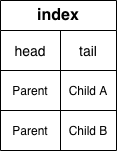
This is docs/db_schema_index.png from gracoes/pipedrive-challenge, a draw.io export, as it was before one commit. Source tidied: cells renumbered, new cells last; positions are measured from the earlier drawing's top-left corner, leaving out a move shared by most shapes.
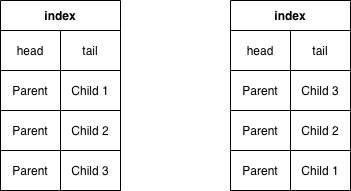
After the change.

Change to the diagram source:
```diff
@@ -2,35 +2,83 @@
   <root>
     <mxCell id="0" />
     <mxCell id="1" parent="0" />
-    <mxCell id="2" value="&lt;font style=&quot;font-size: 16px&quot;&gt;index&lt;/font&gt;" style="shape=table;html=1;whiteSpace=wrap;startSize=30;fontStyle=1;align=center;fontSize=15;" parent="1" vertex="1">
-      <mxGeometry width="116" height="150" as="geometry" />
-    </mxCell>
-    <mxCell id="3" style="shape=partialRectangle;html=1;whiteSpace=wrap;fillColor=none;top=0;left=0;bottom=0;right=0;" parent="2" vertex="1">
-      <mxGeometry y="30" width="116" height="40" as="geometry" />
-    </mxCell>
-    <mxCell id="4" value="&lt;font style=&quot;font-size: 14px&quot;&gt;head&lt;/font&gt;" style="shape=partialRectangle;html=1;whiteSpace=wrap;fillColor=none;top=0;left=0;bottom=0;right=0;overflow=hidden;" parent="3" vertex="1">
-      <mxGeometry width="60" height="40" as="geometry" />
-    </mxCell>
-    <mxCell id="5" value="&lt;font style=&quot;font-size: 14px&quot;&gt;tail&lt;/font&gt;" style="shape=partialRectangle;html=1;whiteSpace=wrap;fillColor=none;top=0;left=0;bottom=0;right=0;overflow=hidden;" parent="3" vertex="1">
-      <mxGeometry x="60" width="56" height="40" as="geometry" />
-    </mxCell>
-    <mxCell id="6" style="shape=partialRectangle;html=1;whiteSpace=wrap;fillColor=none;top=0;left=0;bottom=0;right=0;" parent="2" vertex="1">
-      <mxGeometry y="70" width="116" height="40" as="geometry" />
-    </mxCell>
-    <mxCell id="7" value="Parent" style="shape=partialRectangle;html=1;whiteSpace=wrap;fillColor=none;top=0;left=0;bottom=0;right=0;overflow=hidden;" parent="6" vertex="1">
-      <mxGeometry width="60" height="40" as="geometry" />
-    </mxCell>
-    <mxCell id="8" value="Child A" style="shape=partialRectangle;html=1;whiteSpace=wrap;fillColor=none;top=0;left=0;bottom=0;right=0;overflow=hidden;" parent="6" vertex="1">
-      <mxGeometry x="60" width="56" height="40" as="geometry" />
-    </mxCell>
-    <mxCell id="9" style="shape=partialRectangle;html=1;whiteSpace=wrap;fillColor=none;top=0;left=0;bottom=0;right=0;" parent="2" vertex="1">
-      <mxGeometry y="110" width="116" height="40" as="geometry" />
-    </mxCell>
-    <mxCell id="10" value="Parent" style="shape=partialRectangle;html=1;whiteSpace=wrap;fillColor=none;top=0;left=0;bottom=0;right=0;overflow=hidden;" parent="9" vertex="1">
-      <mxGeometry width="60" height="40" as="geometry" />
-    </mxCell>
-    <mxCell id="11" value="Child B" style="shape=partialRectangle;html=1;whiteSpace=wrap;fillColor=none;top=0;left=0;bottom=0;right=0;overflow=hidden;" parent="9" vertex="1">
-      <mxGeometry x="60" width="56" height="40" as="geometry" />
-    </mxCell>
+    <mxCell id="12" value="index" style="shape=table;html=1;whiteSpace=wrap;startSize=30;fontStyle=1;align=center;" parent="1" vertex="1">
+      <mxGeometry x="-38" y="-100" width="120" height="190" as="geometry" />
+    </mxCell>
+    <mxCell id="13" style="shape=partialRectangle;html=1;whiteSpace=wrap;fillColor=none;top=0;left=0;bottom=0;right=0;" parent="12" vertex="1">
+      <mxGeometry y="30" width="120" height="40" as="geometry" />
+    </mxCell>
+    <mxCell id="14" value="head" style="shape=partialRectangle;html=1;whiteSpace=wrap;fillColor=none;top=0;left=0;bottom=0;right=0;overflow=hidden;" parent="13" vertex="1">
+      <mxGeometry width="60" height="40" as="geometry" />
+    </mxCell>
+    <mxCell id="15" value="tail" style="shape=partialRectangle;html=1;whiteSpace=wrap;fillColor=none;top=0;left=0;bottom=0;right=0;overflow=hidden;" parent="13" vertex="1">
+      <mxGeometry x="60" width="60" height="40" as="geometry" />
+    </mxCell>
+    <mxCell id="16" style="shape=partialRectangle;html=1;whiteSpace=wrap;fillColor=none;top=0;left=0;bottom=0;right=0;" parent="12" vertex="1">
+      <mxGeometry y="70" width="120" height="40" as="geometry" />
+    </mxCell>
+    <mxCell id="17" value="Parent" style="shape=partialRectangle;html=1;whiteSpace=wrap;fillColor=none;top=0;left=0;bottom=0;right=0;overflow=hidden;" parent="16" vertex="1">
+      <mxGeometry width="60" height="40" as="geometry" />
+    </mxCell>
+    <mxCell id="18" value="Child 1" style="shape=partialRectangle;html=1;whiteSpace=wrap;fillColor=none;top=0;left=0;bottom=0;right=0;overflow=hidden;" parent="16" vertex="1">
+      <mxGeometry x="60" width="60" height="40" as="geometry" />
+    </mxCell>
+    <mxCell id="19" style="shape=partialRectangle;html=1;whiteSpace=wrap;fillColor=none;top=0;left=0;bottom=0;right=0;" parent="12" vertex="1">
+      <mxGeometry y="110" width="120" height="40" as="geometry" />
+    </mxCell>
+    <mxCell id="20" value="Parent" style="shape=partialRectangle;html=1;whiteSpace=wrap;fillColor=none;top=0;left=0;bottom=0;right=0;overflow=hidden;" parent="19" vertex="1">
+      <mxGeometry width="60" height="40" as="geometry" />
+    </mxCell>
+    <mxCell id="21" value="Child 2" style="shape=partialRectangle;html=1;whiteSpace=wrap;fillColor=none;top=0;left=0;bottom=0;right=0;overflow=hidden;" parent="19" vertex="1">
+      <mxGeometry x="60" width="60" height="40" as="geometry" />
+    </mxCell>
+    <mxCell id="22" style="shape=partialRectangle;html=1;whiteSpace=wrap;fillColor=none;top=0;left=0;bottom=0;right=0;" parent="12" vertex="1">
+      <mxGeometry y="150" width="120" height="40" as="geometry" />
+    </mxCell>
+    <mxCell id="23" value="Parent" style="shape=partialRectangle;html=1;whiteSpace=wrap;fillColor=none;top=0;left=0;bottom=0;right=0;overflow=hidden;" parent="22" vertex="1">
+      <mxGeometry width="60" height="40" as="geometry" />
+    </mxCell>
+    <mxCell id="24" value="Child 3" style="shape=partialRectangle;html=1;whiteSpace=wrap;fillColor=none;top=0;left=0;bottom=0;right=0;overflow=hidden;" parent="22" vertex="1">
+      <mxGeometry x="60" width="60" height="40" as="geometry" />
+    </mxCell>
+    <mxCell id="25" value="index" style="shape=table;html=1;whiteSpace=wrap;startSize=30;fontStyle=1;align=center;" parent="1" vertex="1">
+      <mxGeometry x="192" y="-100" width="120" height="190" as="geometry" />
+    </mxCell>
+    <mxCell id="26" style="shape=partialRectangle;html=1;whiteSpace=wrap;fillColor=none;top=0;left=0;bottom=0;right=0;" parent="25" vertex="1">
+      <mxGeometry y="30" width="120" height="40" as="geometry" />
+    </mxCell>
+    <mxCell id="27" value="head" style="shape=partialRectangle;html=1;whiteSpace=wrap;fillColor=none;top=0;left=0;bottom=0;right=0;overflow=hidden;" parent="26" vertex="1">
+      <mxGeometry width="60" height="40" as="geometry" />
+    </mxCell>
+    <mxCell id="28" value="tail" style="shape=partialRectangle;html=1;whiteSpace=wrap;fillColor=none;top=0;left=0;bottom=0;right=0;overflow=hidden;" parent="26" vertex="1">
+      <mxGeometry x="60" width="60" height="40" as="geometry" />
+    </mxCell>
+    <mxCell id="29" style="shape=partialRectangle;html=1;whiteSpace=wrap;fillColor=none;top=0;left=0;bottom=0;right=0;" parent="25" vertex="1">
+      <mxGeometry y="70" width="120" height="40" as="geometry" />
+    </mxCell>
+    <mxCell id="30" value="Parent" style="shape=partialRectangle;html=1;whiteSpace=wrap;fillColor=none;top=0;left=0;bottom=0;right=0;overflow=hidden;" parent="29" vertex="1">
+      <mxGeometry width="60" height="40" as="geometry" />
+    </mxCell>
+    <mxCell id="31" value="Child 3" style="shape=partialRectangle;html=1;whiteSpace=wrap;fillColor=none;top=0;left=0;bottom=0;right=0;overflow=hidden;" parent="29" vertex="1">
+      <mxGeometry x="60" width="60" height="40" as="geometry" />
+    </mxCell>
+    <mxCell id="32" style="shape=partialRectangle;html=1;whiteSpace=wrap;fillColor=none;top=0;left=0;bottom=0;right=0;" parent="25" vertex="1">
+      <mxGeometry y="110" width="120" height="40" as="geometry" />
+    </mxCell>
+    <mxCell id="33" value="Parent" style="shape=partialRectangle;html=1;whiteSpace=wrap;fillColor=none;top=0;left=0;bottom=0;right=0;overflow=hidden;" parent="32" vertex="1">
+      <mxGeometry width="60" height="40" as="geometry" />
+    </mxCell>
+    <mxCell id="34" value="Child 2" style="shape=partialRectangle;html=1;whiteSpace=wrap;fillColor=none;top=0;left=0;bottom=0;right=0;overflow=hidden;" parent="32" vertex="1">
+      <mxGeometry x="60" width="60" height="40" as="geometry" />
+    </mxCell>
+    <mxCell id="35" style="shape=partialRectangle;html=1;whiteSpace=wrap;fillColor=none;top=0;left=0;bottom=0;right=0;" parent="25" vertex="1">
+      <mxGeometry y="150" width="120" height="40" as="geometry" />
+    </mxCell>
+    <mxCell id="36" value="Parent" style="shape=partialRectangle;html=1;whiteSpace=wrap;fillColor=none;top=0;left=0;bottom=0;right=0;overflow=hidden;" parent="35" vertex="1">
+      <mxGeometry width="60" height="40" as="geometry" />
+    </mxCell>
+    <mxCell id="37" value="Child 1" style="shape=partialRectangle;html=1;whiteSpace=wrap;fillColor=none;top=0;left=0;bottom=0;right=0;overflow=hidden;" parent="35" vertex="1">
+      <mxGeometry x="60" width="60" height="40" as="geometry" />
+    </mxCell>
   </root>
 </mxGraphModel>
```
